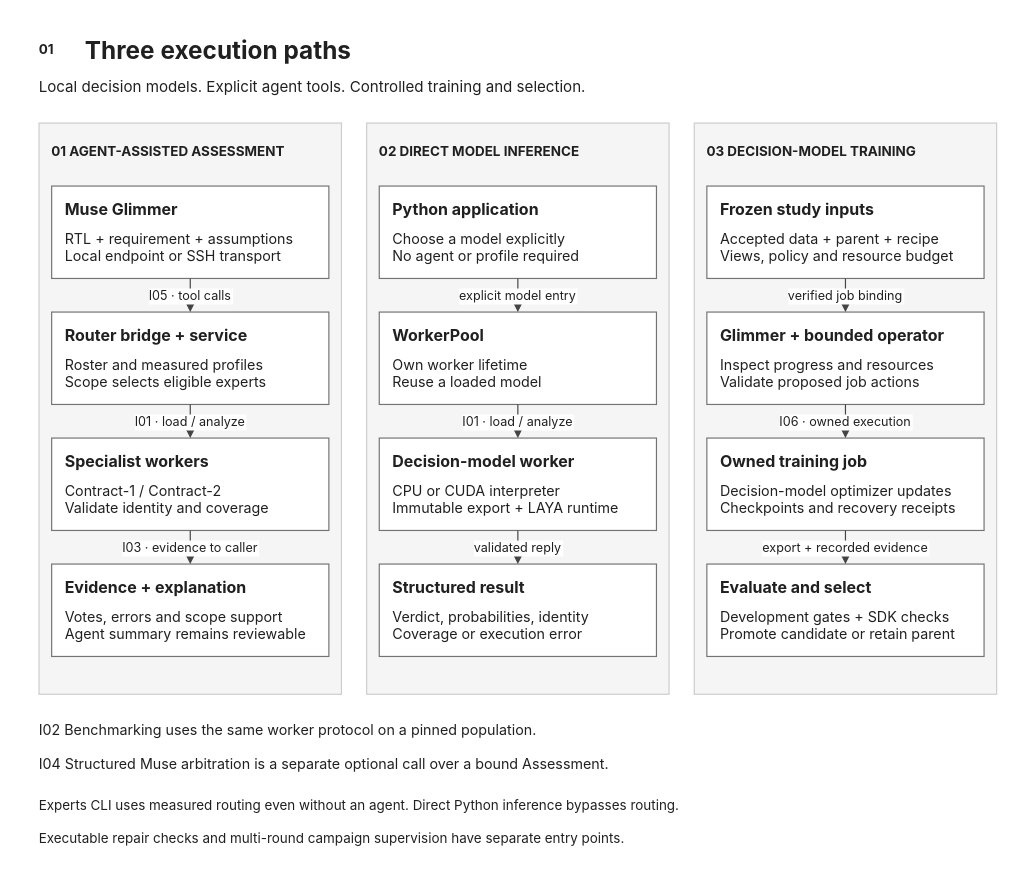
Earlier version of the draw.io diagram page "System Overview" (1 of 3) of docs/diagrams/siliconshield-architecture.drawio (debjyotikm/siliconshield). Source tidied: cells renumbered, new cells numbered last; positions are measured from the earlier drawing's top-left corner, leaving out a move shared by most shapes. Both pictures are drawn from the tidied source at 84%, with x=0, y=0 at pixel (13, 13).
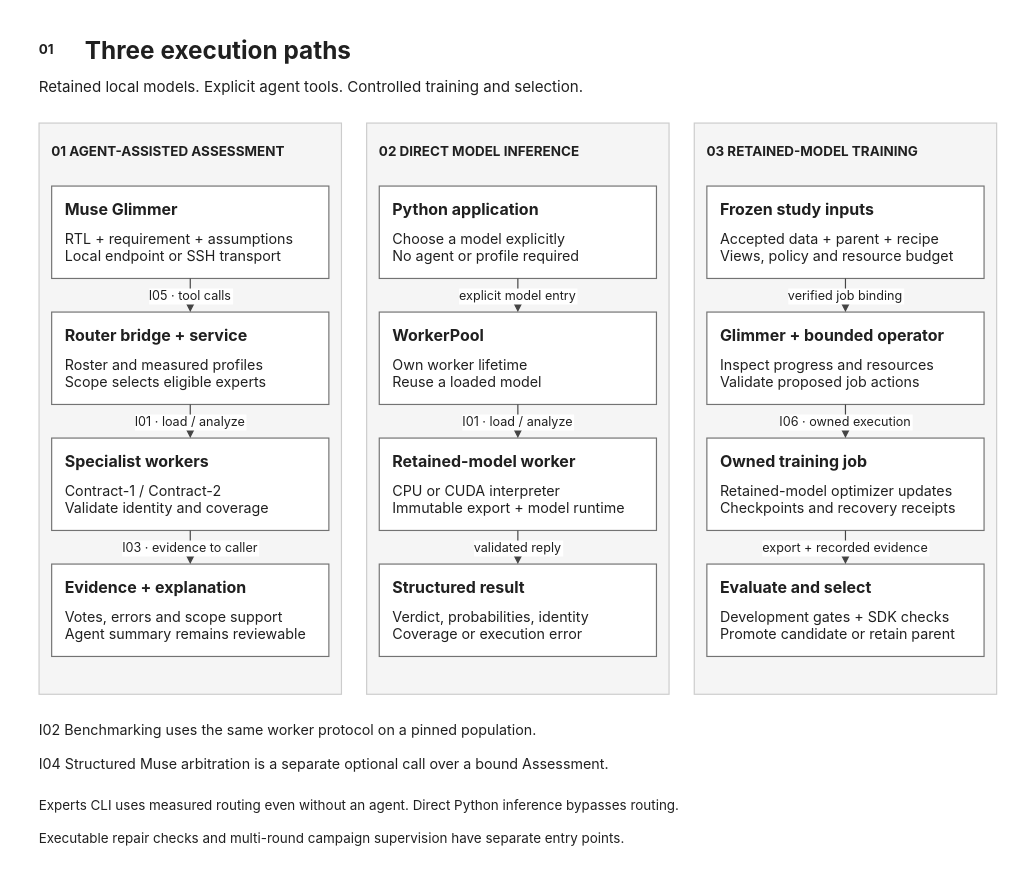
The same diagram, later.

What changed in the source:
```diff
@@
-    <mxCell id="5" value="Local decision models. Explicit agent tools. Controlled training and selection." style="html=0;whiteSpace=none;fontFamily=Inter,Arial,sans-serif;fontSize=18;fontColor=#202020;strokeWidth=1.4;text;strokeColor=none;fillColor=none;align=left;verticalAlign=middle;spacing=0;fontSize=18;fontStyle=0;" parent="1" vertex="1">
+    <mxCell id="5" value="Retained local models. Explicit agent tools. Controlled training and selection." style="html=0;whiteSpace=none;fontFamily=Inter,Arial,sans-serif;fontSize=18;fontColor=#202020;strokeWidth=1.4;text;strokeColor=none;fillColor=none;align=left;verticalAlign=middle;spacing=0;fontSize=18;fontStyle=0;" parent="1" vertex="1">
       <mxGeometry x="30" y="70" width="1140" height="32" as="geometry" />
     </mxCell>
@@
-    <mxCell id="11" value="03  DECISION-MODEL TRAINING" style="html=0;whiteSpace=none;fontFamily=Inter,Arial,sans-serif;fontSize=18;fontColor=#202020;strokeWidth=1.4;text;strokeColor=none;fillColor=none;align=left;verticalAlign=middle;spacing=0;fontSize=16;fontStyle=1;" parent="1" vertex="1">
+    <mxCell id="11" value="03  RETAINED-MODEL TRAINING" style="html=0;whiteSpace=none;fontFamily=Inter,Arial,sans-serif;fontSize=18;fontColor=#202020;strokeWidth=1.4;text;strokeColor=none;fillColor=none;align=left;verticalAlign=middle;spacing=0;fontSize=16;fontStyle=1;" parent="1" vertex="1">
       <mxGeometry x="825" y="145" width="330" height="35" as="geometry" />
     </mxCell>
@@
-    <mxCell id="34" value="Decision-model worker" style="html=0;whiteSpace=none;fontFamily=Inter,Arial,sans-serif;fontSize=18;fontColor=#202020;strokeWidth=1.4;text;strokeColor=none;fillColor=none;align=left;verticalAlign=middle;spacing=0;fontSize=19;fontStyle=1;" parent="1" vertex="1">
+    <mxCell id="34" value="Retained-model worker" style="html=0;whiteSpace=none;fontFamily=Inter,Arial,sans-serif;fontSize=18;fontColor=#202020;strokeWidth=1.4;text;strokeColor=none;fillColor=none;align=left;verticalAlign=middle;spacing=0;fontSize=19;fontStyle=1;" parent="1" vertex="1">
       <mxGeometry x="451" y="517" width="298" height="29" as="geometry" />
     </mxCell>
-    <mxCell id="35" value="CPU or CUDA interpreter&#10;Immutable export + LAYA runtime" style="html=0;whiteSpace=none;fontFamily=Inter,Arial,sans-serif;fontSize=18;fontColor=#202020;strokeWidth=1.4;text;strokeColor=none;fillColor=none;align=left;verticalAlign=middle;spacing=0;fontSize=17;fontStyle=0;" parent="1" vertex="1">
+    <mxCell id="35" value="CPU or CUDA interpreter&#10;Immutable export + model runtime" style="html=0;whiteSpace=none;fontFamily=Inter,Arial,sans-serif;fontSize=18;fontColor=#202020;strokeWidth=1.4;text;strokeColor=none;fillColor=none;align=left;verticalAlign=middle;spacing=0;fontSize=17;fontStyle=0;" parent="1" vertex="1">
       <mxGeometry x="451" y="551" width="298" height="52" as="geometry" />
     </mxCell>
@@
-    <mxCell id="50" value="Decision-model optimizer updates&#10;Checkpoints and recovery receipts" style="html=0;whiteSpace=none;fontFamily=Inter,Arial,sans-serif;fontSize=18;fontColor=#202020;strokeWidth=1.4;text;strokeColor=none;fillColor=none;align=left;verticalAlign=middle;spacing=0;fontSize=17;fontStyle=0;" parent="1" vertex="1">
+    <mxCell id="50" value="Retained-model optimizer updates&#10;Checkpoints and recovery receipts" style="html=0;whiteSpace=none;fontFamily=Inter,Arial,sans-serif;fontSize=18;fontColor=#202020;strokeWidth=1.4;text;strokeColor=none;fillColor=none;align=left;verticalAlign=middle;spacing=0;fontSize=17;fontStyle=0;" parent="1" vertex="1">
       <mxGeometry x="841" y="551" width="298" height="52" as="geometry" />
     </mxCell>
```
